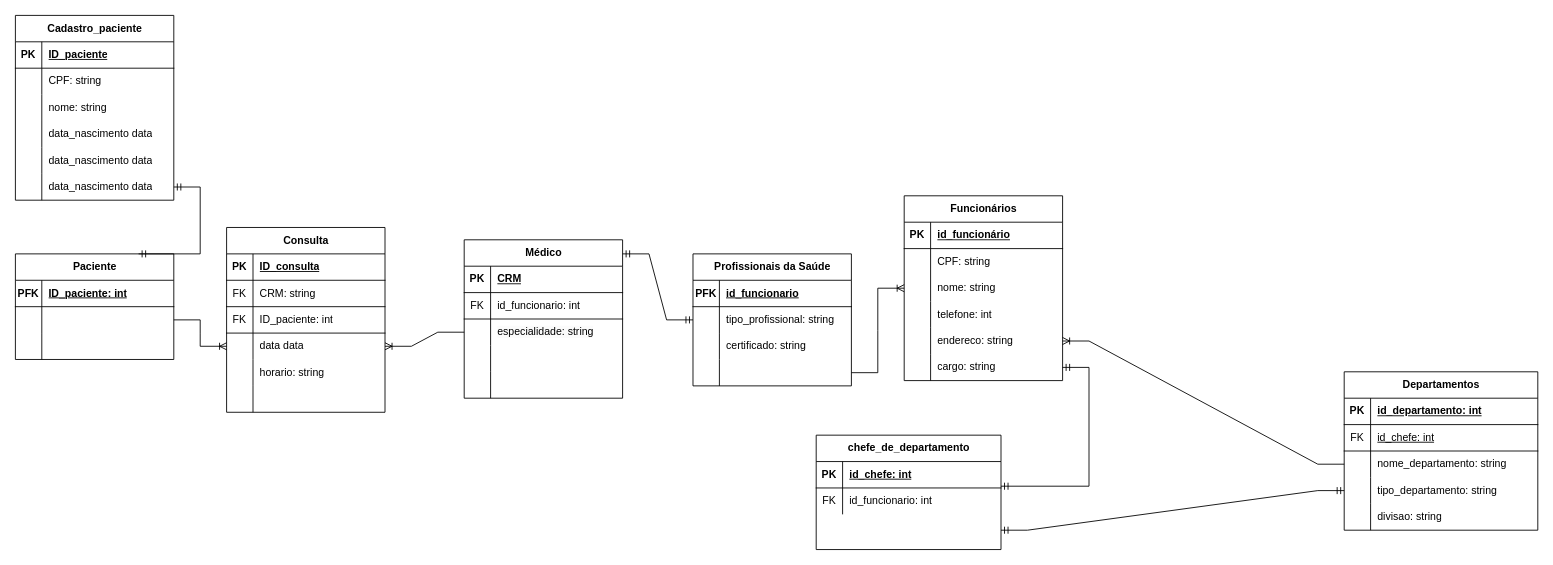
Above: Modelo Relacional/Modelo Lógico.drawio in rafasilva9537/projeto_Hospital_BD (draw.io), before the change. Source tidied: cells renumbered, new cells numbered last; positions are measured from the earlier drawing's top-left corner, leaving out a move shared by most shapes. Both pictures are drawn from the tidied source at 88%, with x=0, y=0 at pixel (15, 15).
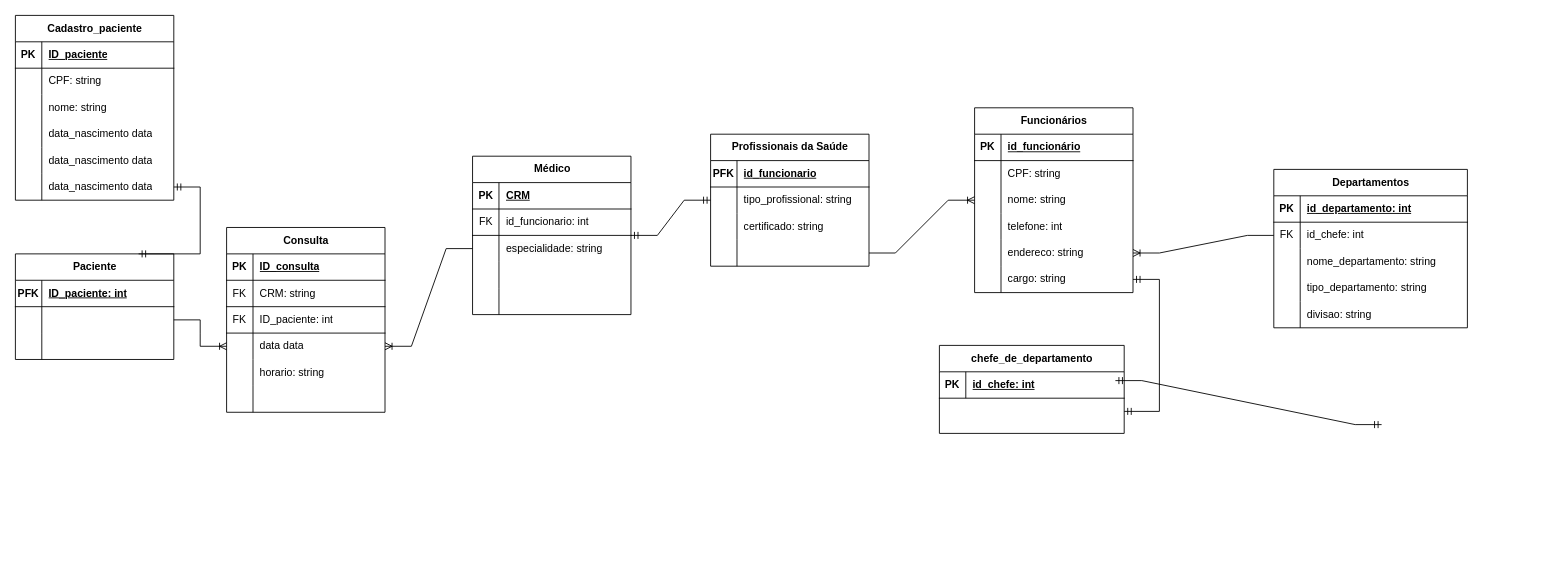
Above is the later version.

The change refers to these unchanged cells:
```xml
<mxCell id="12" style="shape=tableRow;horizontal=0;startSize=0;swimlaneHead=0;swimlaneBody=0;fillColor=none;points=[[0,0.5],[1,0.5]];portConstraint=eastwest;top=0;left=0;right=0;bottom=0;" parent="2" vertex="1">
  <mxGeometry y="120" width="220" height="30" as="geometry" />
</mxCell>
<mxCell id="34" style="shape=tableRow;horizontal=0;startSize=0;swimlaneHead=0;swimlaneBody=0;fillColor=none;points=[[0,0.5],[1,0.5]];portConstraint=eastwest;top=0;left=0;right=0;bottom=0;" parent="18" vertex="1">
  <mxGeometry y="180" width="180" height="30" as="geometry" />
</mxCell>
<mxCell id="89" style="shape=tableRow;horizontal=0;startSize=0;swimlaneHead=0;swimlaneBody=0;fillColor=none;points=[[0,0.5],[1,0.5]];portConstraint=eastwest;top=0;left=0;right=0;bottom=0;" parent="85" vertex="1">
  <mxGeometry y="60" width="180" height="30" as="geometry" />
</mxCell>
```

Change to the diagram source:
```diff
@@
     <mxCell id="2" value="Departamentos" style="shape=table;startSize=30;childLayout=tableLayout;rowLines=0;fontStyle=1;align=center;html=1;" parent="1" vertex="1">
-      <mxGeometry x="1510" y="405" width="220" height="180" as="geometry" />
+      <mxGeometry x="1430" y="175" width="220" height="180" as="geometry" />
     </mxCell>
@@
-    <mxCell id="6" style="shape=tableRow;horizontal=0;startSize=0;swimlaneHead=0;swimlaneBody=0;fillColor=none;top=0;left=0;right=0;bottom=1;" parent="2" vertex="1">
-      <mxGeometry y="60" width="220" height="30" as="geometry" />
-    </mxCell>
-    <mxCell id="7" value="FK" style="shape=partialRectangle;fillColor=none;top=0;left=0;bottom=0;right=0;fontStyle=0;overflow=hidden;whiteSpace=wrap;html=1;" parent="6" vertex="1">
-      <mxGeometry width="30" height="30" as="geometry" />
-    </mxCell>
-    <mxCell id="8" value="id_chefe: int" style="shape=partialRectangle;fillColor=none;top=0;left=0;bottom=0;right=0;align=left;spacingLeft=6;fontStyle=4;overflow=hidden;whiteSpace=wrap;html=1;" parent="6" vertex="1">
-      <mxGeometry x="30" width="190" height="30" as="geometry" />
-    </mxCell>
     <mxCell id="9" style="shape=tableRow;horizontal=0;startSize=0;swimlaneHead=0;swimlaneBody=0;fillColor=none;points=[[0,0.5],[1,0.5]];portConstraint=eastwest;top=0;left=0;right=0;bottom=0;" parent="2" vertex="1">
-      <mxGeometry y="90" width="220" height="30" as="geometry" />
+      <mxGeometry y="60" width="220" height="30" as="geometry" />
     </mxCell>
-    <mxCell id="10" style="shape=partialRectangle;fillColor=none;top=0;left=0;bottom=0;right=0;overflow=hidden;whiteSpace=wrap;html=1;" parent="9" vertex="1">
+    <mxCell id="10" value="FK" style="shape=partialRectangle;fillColor=none;top=0;left=0;bottom=0;right=0;overflow=hidden;whiteSpace=wrap;html=1;" parent="9" vertex="1">
       <mxGeometry width="30" height="30" as="geometry" />
     </mxCell>
-    <mxCell id="11" value="nome_departamento: string" style="shape=partialRectangle;fillColor=none;top=0;left=0;bottom=0;right=0;align=left;spacingLeft=6;overflow=hidden;whiteSpace=wrap;html=1;" parent="9" vertex="1">
+    <mxCell id="11" value="id_chefe: int" style="shape=partialRectangle;fillColor=none;top=0;left=0;bottom=0;right=0;align=left;spacingLeft=6;overflow=hidden;whiteSpace=wrap;html=1;" parent="9" vertex="1">
       <mxGeometry x="30" width="190" height="30" as="geometry" />
     </mxCell>
+    <mxCell id="129" style="shape=tableRow;horizontal=0;startSize=0;swimlaneHead=0;swimlaneBody=0;fillColor=none;top=0;left=0;right=0;bottom=0;" parent="2" vertex="1">
+      <mxGeometry y="90" width="220" height="30" as="geometry" />
+    </mxCell>
+    <mxCell id="130" style="shape=partialRectangle;fillColor=none;top=0;left=0;bottom=0;right=0;overflow=hidden;whiteSpace=wrap;html=1;" parent="129" vertex="1">
+      <mxGeometry width="30" height="30" as="geometry" />
+    </mxCell>
+    <mxCell id="131" value="nome_departamento: string" style="shape=partialRectangle;fillColor=none;top=0;left=0;bottom=0;right=0;align=left;spacingLeft=6;overflow=hidden;whiteSpace=wrap;html=1;" parent="129" vertex="1">
+      <mxGeometry x="30" width="190" height="30" as="geometry" />
+    </mxCell>
@@
     <mxCell id="18" value="Funcionários" style="shape=table;startSize=30;childLayout=tableLayout;rowLines=0;fontStyle=1;align=center;html=1;" parent="1" vertex="1">
-      <mxGeometry x="1010" y="205" width="180" height="210" as="geometry" />
+      <mxGeometry x="1090" y="105" width="180" height="210" as="geometry" />
     </mxCell>
@@
     <mxCell id="66" value="Médico" style="shape=table;startSize=30;childLayout=tableLayout;rowLines=0;fontStyle=1;align=center;html=1;" parent="1" vertex="1">
-      <mxGeometry x="510" y="255" width="180" height="180" as="geometry" />
+      <mxGeometry x="519.5" y="160" width="180" height="180" as="geometry" />
     </mxCell>
@@
     <mxCell id="85" value="Profissionais da Saúde" style="shape=table;startSize=30;childLayout=tableLayout;rowLines=0;fontStyle=1;align=center;html=1;" parent="1" vertex="1">
-      <mxGeometry x="770" y="271" width="180" height="150" as="geometry" />
+      <mxGeometry x="790" y="135" width="180" height="150" as="geometry" />
     </mxCell>
@@
     <mxCell id="117" value="chefe_de_departamento" style="shape=table;startSize=30;childLayout=tableLayout;rowLines=0;fontStyle=1;align=center;html=1;" parent="1" vertex="1">
-      <mxGeometry x="910" y="477" width="210" height="130" as="geometry" />
+      <mxGeometry x="1050" y="375" width="210" height="100" as="geometry" />
     </mxCell>
@@
-    <mxCell id="121" style="shape=tableRow;horizontal=0;startSize=0;swimlaneHead=0;swimlaneBody=0;fillColor=none;top=0;left=0;right=0;bottom=0;" parent="117" vertex="1">
-      <mxGeometry y="60" width="210" height="30" as="geometry" />
-    </mxCell>
-    <mxCell id="122" value="FK" style="shape=partialRectangle;fillColor=none;top=0;left=0;bottom=0;right=0;overflow=hidden;whiteSpace=wrap;html=1;" parent="121" vertex="1">
-      <mxGeometry width="30" height="30" as="geometry" />
-    </mxCell>
-    <mxCell id="123" value="id_funcionario: int" style="shape=partialRectangle;fillColor=none;top=0;left=0;bottom=0;right=0;align=left;spacingLeft=6;overflow=hidden;whiteSpace=wrap;html=1;" parent="121" vertex="1">
-      <mxGeometry x="30" width="180" height="30" as="geometry" />
-    </mxCell>
-    <mxCell id="124" style="edgeStyle=entityRelationEdgeStyle;fontSize=12;html=1;endArrow=ERmandOne;startArrow=ERmandOne;rounded=0;entryX=0;entryY=0.5;entryDx=0;entryDy=0;" parent="1" edge="1" target="12">
+    <mxCell id="124" style="edgeStyle=entityRelationEdgeStyle;fontSize=12;html=1;endArrow=ERmandOne;startArrow=ERmandOne;rounded=0;entryX=0;entryY=0.5;entryDx=0;entryDy=0;exitX=0.75;exitY=1;exitDx=0;exitDy=0;" parent="1" edge="1">
       <mxGeometry relative="1" as="geometry">
-        <mxPoint x="1120" y="585" as="sourcePoint" />
+        <mxPoint x="1250" y="415" as="sourcePoint" />
+        <mxPoint x="1552.5" y="465" as="targetPoint" />
       </mxGeometry>
     </mxCell>
@@
-    <mxCell id="126" style="edgeStyle=entityRelationEdgeStyle;fontSize=12;html=1;endArrow=ERmandOne;startArrow=ERmandOne;rounded=0;entryX=0;entryY=0.5;entryDx=0;entryDy=0;" parent="1" edge="1" target="89">
-      <mxGeometry relative="1" as="geometry">
-        <mxPoint x="690" y="271" as="sourcePoint" />
-      </mxGeometry>
+    <mxCell id="126" style="edgeStyle=entityRelationEdgeStyle;fontSize=12;html=1;endArrow=ERmandOne;startArrow=ERmandOne;rounded=0;entryX=0;entryY=0.5;entryDx=0;entryDy=0;exitX=1;exitY=0.5;exitDx=0;exitDy=0;" parent="1" edge="1" source="66" target="89">
+      <mxGeometry relative="1" as="geometry" />
     </mxCell>
@@
-    <mxCell id="128" style="edgeStyle=entityRelationEdgeStyle;fontSize=12;html=1;endArrow=ERmandOne;startArrow=ERmandOne;rounded=0;" parent="1" edge="1" target="34">
-      <mxGeometry relative="1" as="geometry">
-        <mxPoint x="1120" y="535" as="sourcePoint" />
-      </mxGeometry>
+    <mxCell id="128" style="edgeStyle=entityRelationEdgeStyle;fontSize=12;html=1;endArrow=ERmandOne;startArrow=ERmandOne;rounded=0;exitX=1;exitY=0.75;exitDx=0;exitDy=0;" parent="1" edge="1" source="117" target="34">
+      <mxGeometry relative="1" as="geometry" />
     </mxCell>
```
